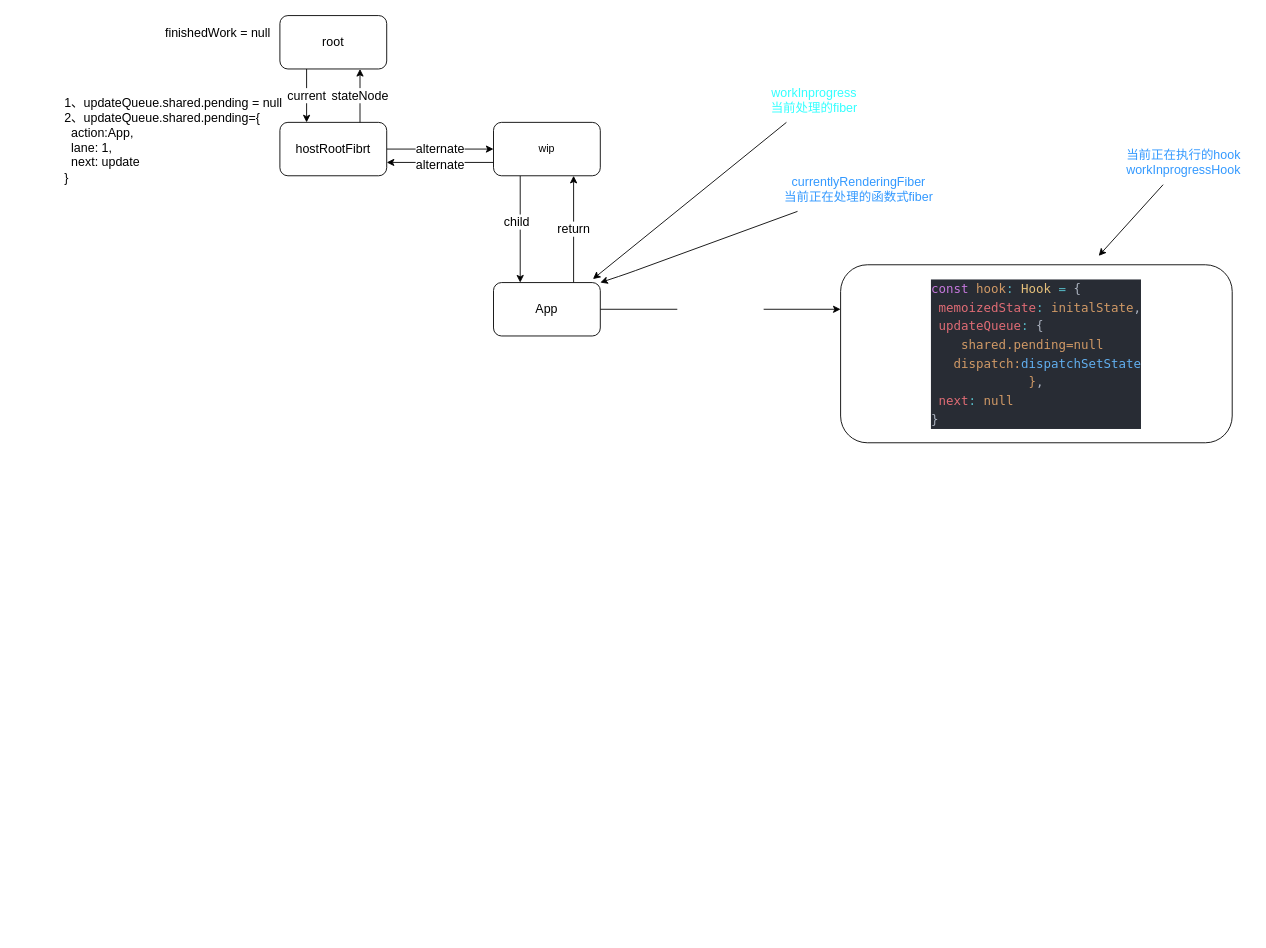
This is doc/2Hooks渲染流程/Hooks渲染流程.drawio from liuwei1992/mini_react, a draw.io file, before an edit. Source tidied: cells renumbered, new cells numbered last; positions are measured from the earlier drawing's top-left corner, leaving out a move shared by most shapes. Both pictures are drawn from the tidied source at 89%, with x=0, y=0 at pixel (53, 15).
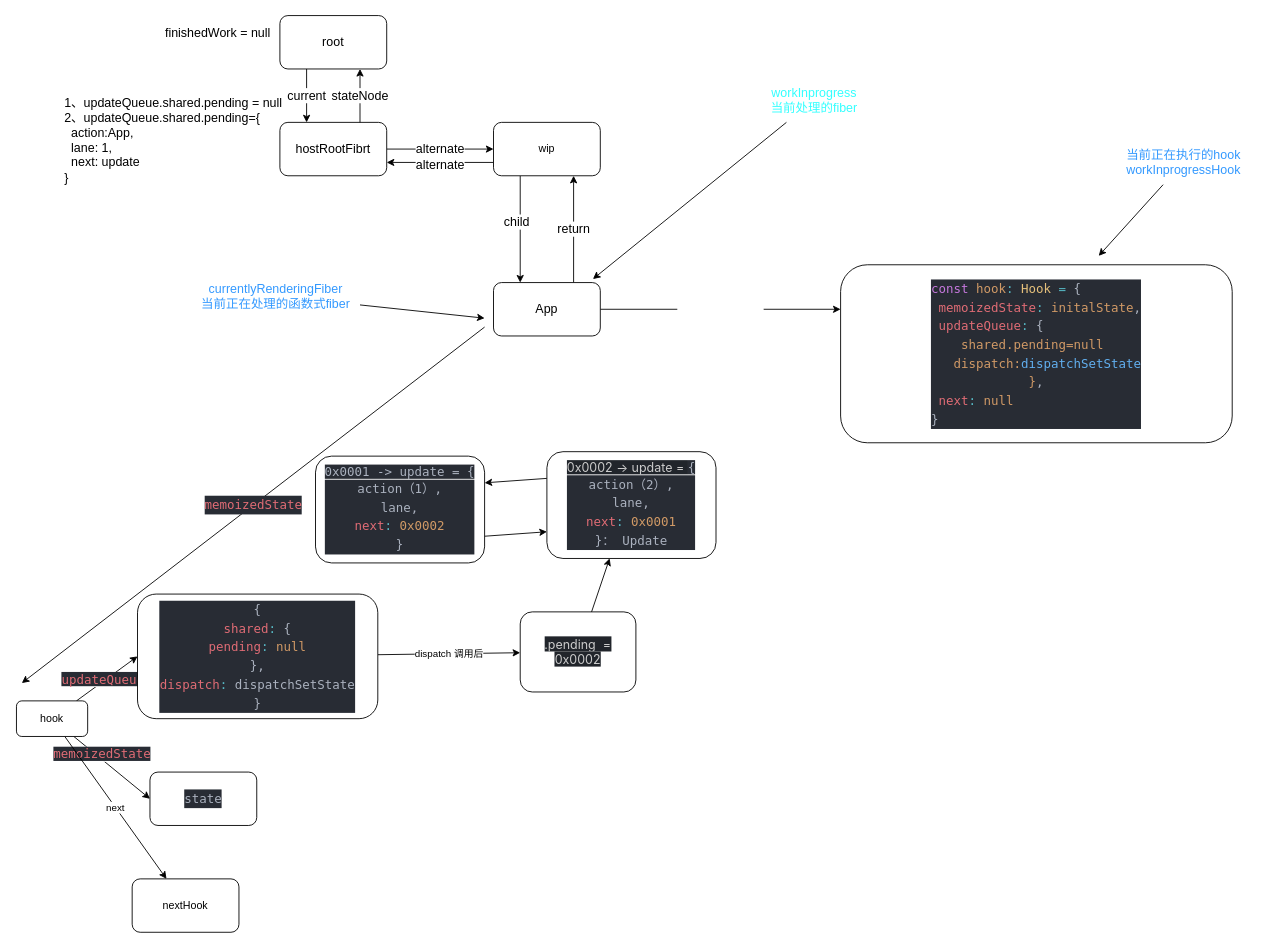
The same diagram, later.

Commit message (it also covers changes not shown here):
sibling 第一阶段 画图

The change refers to these unchanged cells:
```xml
<mxCell id="16" value="App" style="rounded=1;whiteSpace=wrap;html=1;fontSize=14;" parent="1" vertex="1">
  <mxGeometry x="495" y="300" width="120" height="60" as="geometry" />
</mxCell>
```

The edit, as a diff of the source:
```diff
@@
-    <mxCell id="19" style="edgeStyle=none;html=1;fontSize=14;entryX=1;entryY=0;entryDx=0;entryDy=0;" parent="1" edge="1" source="20" target="16">
+    <mxCell id="19" style="edgeStyle=none;html=1;fontSize=14;" parent="1" edge="1" source="20">
       <mxGeometry relative="1" as="geometry">
-        <Array as="points">
-          <mxPoint x="645" y="290" />
-        </Array>
+        <mxPoint x="485" y="340" as="targetPoint" />
       </mxGeometry>
     </mxCell>
+    <mxCell id="24" value="&lt;div style=&quot;color: rgb(171, 178, 191); background-color: rgb(40, 44, 52); font-family: Menlo, Monaco, &amp;quot;Courier New&amp;quot;, monospace; font-size: 14px; line-height: 21px;&quot;&gt;&lt;span style=&quot;color: #e06c75;&quot;&gt;memoizedState&lt;/span&gt;&lt;/div&gt;" style="edgeStyle=none;html=1;" parent="1" edge="1">
+      <mxGeometry relative="1" as="geometry">
+        <mxPoint x="485" y="350" as="sourcePoint" />
+        <mxPoint x="-35" y="750" as="targetPoint" />
+      </mxGeometry>
+    </mxCell>
     <mxCell id="20" value="currentlyRenderingFiber&lt;br&gt;当前正在处理的函数式fiber" style="text;html=1;align=center;verticalAlign=middle;points=[];fontSize=14;fontColor=#3399FF;" parent="1" vertex="1">
-      <mxGeometry x="810" y="170" width="190" height="50" as="geometry" />
+      <mxGeometry x="155" y="290" width="190" height="50" as="geometry" />
     </mxCell>
@@
+    <mxCell id="25" style="edgeStyle=none;html=1;entryX=0;entryY=0.5;entryDx=0;entryDy=0;" parent="1" edge="1" source="30" target="32">
+      <mxGeometry relative="1" as="geometry" />
+    </mxCell>
+    <mxCell id="26" value="&lt;span style=&quot;color: rgb(224, 108, 117); font-family: Menlo, Monaco, &amp;quot;Courier New&amp;quot;, monospace; font-size: 14px; background-color: rgb(40, 44, 52);&quot;&gt;updateQueue&lt;/span&gt;" style="edgeLabel;html=1;align=center;verticalAlign=middle;" parent="25" vertex="1">
+      <mxGeometry x="-0.1" y="3" relative="1" as="geometry" />
+    </mxCell>
+    <mxCell id="27" style="edgeStyle=none;html=1;entryX=0;entryY=0.5;entryDx=0;entryDy=0;" parent="1" edge="1" source="30" target="33">
+      <mxGeometry relative="1" as="geometry" />
+    </mxCell>
+    <mxCell id="28" value="&lt;span style=&quot;color: rgb(224, 108, 117); font-family: Menlo, Monaco, &amp;quot;Courier New&amp;quot;, monospace; font-size: 14px; background-color: rgb(40, 44, 52);&quot;&gt;memoizedState&lt;/span&gt;" style="edgeLabel;html=1;align=center;verticalAlign=middle;" parent="27" vertex="1">
+      <mxGeometry x="-0.37" y="4" relative="1" as="geometry">
+        <mxPoint x="1" as="offset" />
+      </mxGeometry>
+    </mxCell>
+    <mxCell id="29" value="next" style="edgeStyle=none;html=1;" parent="1" edge="1" source="30" target="34">
+      <mxGeometry relative="1" as="geometry" />
+    </mxCell>
+    <mxCell id="30" value="hook" style="rounded=1;whiteSpace=wrap;html=1;" parent="1" vertex="1">
+      <mxGeometry x="-41" y="770" width="80" height="40" as="geometry" />
+    </mxCell>
+    <mxCell id="31" value="dispatch 调用后" style="edgeStyle=none;html=1;" parent="1" edge="1" source="32" target="36">
+      <mxGeometry relative="1" as="geometry" />
+    </mxCell>
+    <mxCell id="32" value="&lt;div style=&quot;color: rgb(171, 178, 191); background-color: rgb(40, 44, 52); font-family: Menlo, Monaco, &amp;quot;Courier New&amp;quot;, monospace; font-size: 14px; line-height: 21px;&quot;&gt;&lt;div style=&quot;line-height: 21px;&quot;&gt;&lt;div&gt;{&lt;/div&gt;&lt;div&gt;    &lt;span style=&quot;color: #e06c75;&quot;&gt;shared&lt;/span&gt;&lt;span style=&quot;color: #56b6c2;&quot;&gt;:&lt;/span&gt; {&lt;/div&gt;&lt;div&gt;      &lt;span style=&quot;color: #e06c75;&quot;&gt;pending&lt;/span&gt;&lt;span style=&quot;color: #56b6c2;&quot;&gt;:&lt;/span&gt; &lt;span style=&quot;color: #d19a66;&quot;&gt;null&lt;/span&gt;&lt;/div&gt;&lt;div&gt;    },&lt;/div&gt;&lt;div&gt;    &lt;span style=&quot;color: #e06c75;&quot;&gt;dispatch&lt;/span&gt;&lt;span style=&quot;color: #56b6c2;&quot;&gt;:&lt;/span&gt;&amp;nbsp;&lt;span style=&quot;&quot;&gt;dispatchSetState&lt;/span&gt;&lt;/div&gt;&lt;div&gt;  }&lt;/div&gt;&lt;/div&gt;&lt;/div&gt;" style="rounded=1;whiteSpace=wrap;html=1;" parent="1" vertex="1">
+      <mxGeometry x="95" y="650" width="270" height="140" as="geometry" />
+    </mxCell>
+    <mxCell id="33" value="&lt;div style=&quot;color: rgb(171, 178, 191); background-color: rgb(40, 44, 52); font-family: Menlo, Monaco, &amp;quot;Courier New&amp;quot;, monospace; font-size: 14px; line-height: 21px;&quot;&gt;state&lt;/div&gt;" style="rounded=1;whiteSpace=wrap;html=1;" parent="1" vertex="1">
+      <mxGeometry x="109" y="850" width="120" height="60" as="geometry" />
+    </mxCell>
+    <mxCell id="34" value="nextHook" style="rounded=1;whiteSpace=wrap;html=1;" parent="1" vertex="1">
+      <mxGeometry x="89" y="970" width="120" height="60" as="geometry" />
+    </mxCell>
+    <mxCell id="35" style="edgeStyle=none;html=1;entryX=0.371;entryY=0.999;entryDx=0;entryDy=0;entryPerimeter=0;" parent="1" edge="1" source="36" target="38">
+      <mxGeometry relative="1" as="geometry" />
+    </mxCell>
+    <mxCell id="36" value="&lt;span style=&quot;color: rgb(204, 204, 204); font-family: -apple-system, &amp;quot;system-ui&amp;quot;, &amp;quot;PingFang SC&amp;quot;, &amp;quot;Hiragino Sans GB&amp;quot;, sans-serif; font-size: 14px; text-align: start; background-color: rgb(33, 37, 43);&quot;&gt;.pending&amp;nbsp; = 0x0002&lt;/span&gt;&lt;span style=&quot;background-color: rgb(40, 44, 52); color: rgb(171, 178, 191); font-family: Menlo, Monaco, &amp;quot;Courier New&amp;quot;, monospace; font-size: 14px;&quot;&gt;&lt;br&gt;&lt;/span&gt;" style="rounded=1;whiteSpace=wrap;html=1;" parent="1" vertex="1">
+      <mxGeometry x="525" y="670" width="130" height="90" as="geometry" />
+    </mxCell>
+    <mxCell id="37" style="edgeStyle=none;html=1;exitX=0;exitY=0.25;exitDx=0;exitDy=0;entryX=1;entryY=0.25;entryDx=0;entryDy=0;" parent="1" edge="1" source="38" target="40">
+      <mxGeometry relative="1" as="geometry" />
+    </mxCell>
+    <mxCell id="38" value="&lt;div style=&quot;text-align: start;&quot;&gt;&lt;span style=&quot;font-size: 14px; background-color: rgb(33, 37, 43);&quot;&gt;&lt;font face=&quot;-apple-system, system-ui, PingFang SC, Hiragino Sans GB, sans-serif&quot; color=&quot;#cccccc&quot;&gt;0x0002 -&amp;gt; update =&amp;nbsp;&lt;/font&gt;&lt;/span&gt;&lt;span style=&quot;background-color: rgb(40, 44, 52); color: rgb(171, 178, 191); font-family: Menlo, Monaco, &amp;quot;Courier New&amp;quot;, monospace; font-size: 14px;&quot;&gt;{&lt;/span&gt;&lt;/div&gt;&lt;div style=&quot;background-color: rgb(40, 44, 52); font-family: Menlo, Monaco, &amp;quot;Courier New&amp;quot;, monospace; font-size: 14px; line-height: 21px;&quot;&gt;&lt;div style=&quot;color: rgb(171, 178, 191);&quot;&gt;    action（2）,&lt;/div&gt;&lt;div style=&quot;color: rgb(171, 178, 191);&quot;&gt;    lane,&lt;/div&gt;&lt;div style=&quot;&quot;&gt;    &lt;span style=&quot;color: rgb(224, 108, 117);&quot;&gt;next&lt;/span&gt;&lt;span style=&quot;color: rgb(86, 182, 194);&quot;&gt;:&lt;/span&gt;&lt;font color=&quot;#abb2bf&quot;&gt;&amp;nbsp;&lt;/font&gt;&lt;font color=&quot;#d19a66&quot;&gt;0x0001&lt;/font&gt;&lt;/div&gt;&lt;div style=&quot;color: rgb(171, 178, 191);&quot;&gt;  }： Update&lt;/div&gt;&lt;/div&gt;" style="rounded=1;whiteSpace=wrap;html=1;" parent="1" vertex="1">
+      <mxGeometry x="555" y="490" width="190" height="120" as="geometry" />
+    </mxCell>
+    <mxCell id="39" style="edgeStyle=none;html=1;exitX=1;exitY=0.75;exitDx=0;exitDy=0;entryX=0;entryY=0.75;entryDx=0;entryDy=0;" parent="1" edge="1" source="40" target="38">
+      <mxGeometry relative="1" as="geometry" />
+    </mxCell>
+    <mxCell id="40" value="&lt;span style=&quot;background-color: rgb(40, 44, 52); color: rgb(171, 178, 191); font-family: Menlo, Monaco, &amp;quot;Courier New&amp;quot;, monospace; font-size: 14px;&quot;&gt;0x0001 -&amp;gt; update = {&lt;/span&gt;&lt;div style=&quot;color: rgb(171, 178, 191); background-color: rgb(40, 44, 52); font-family: Menlo, Monaco, &amp;quot;Courier New&amp;quot;, monospace; font-size: 14px; line-height: 21px;&quot;&gt;&lt;div&gt;    action（1）,&lt;/div&gt;&lt;div&gt;    lane,&lt;/div&gt;&lt;div&gt;    &lt;span style=&quot;color: #e06c75;&quot;&gt;next&lt;/span&gt;&lt;span style=&quot;color: #56b6c2;&quot;&gt;:&lt;/span&gt; &lt;span style=&quot;color: #d19a66;&quot;&gt;0x0002&lt;/span&gt;&lt;/div&gt;&lt;div&gt;  }&lt;/div&gt;&lt;/div&gt;" style="rounded=1;whiteSpace=wrap;html=1;" parent="1" vertex="1">
+      <mxGeometry x="295" y="495" width="190" height="120" as="geometry" />
+    </mxCell>
```
